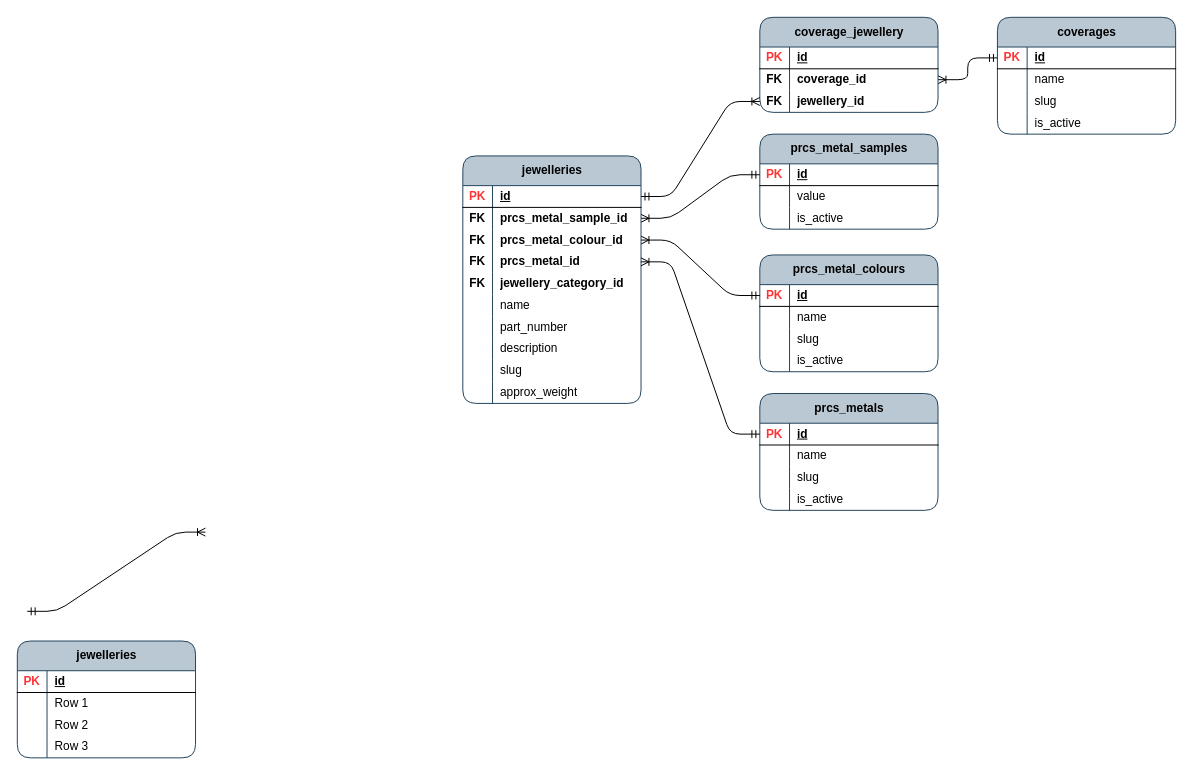
Earlier version of the draw.io diagram page "precious_metals" (5 of 7) of jewellery_items.drawio (acwstudio/app-ben-brumm). Source tidied: cells renumbered, new cells numbered last; positions are measured from the earlier drawing's top-left corner, leaving out a move shared by most shapes. Both pictures are drawn from the tidied source at 99%, with x=0, y=0 at pixel (17, 17).
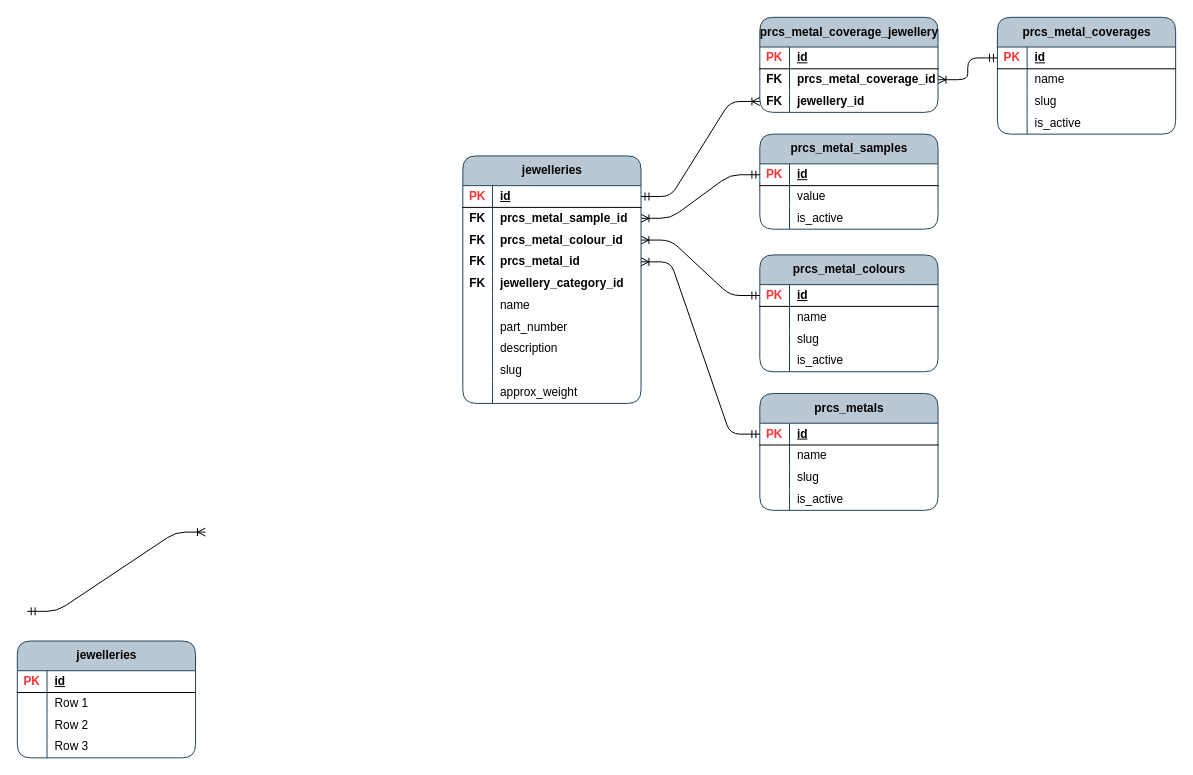
The same diagram, later.

Unchanged cells that the change refers to:
```xml
<mxCell id="102" style="shape=tableRow;horizontal=0;startSize=0;swimlaneHead=0;swimlaneBody=0;fillColor=none;points=[[0,0.5],[1,0.5]];portConstraint=eastwest;top=0;left=0;right=0;bottom=0;rounded=1;fontStyle=1;" parent="98" vertex="1">
  <mxGeometry y="52" width="180" height="22" as="geometry" />
</mxCell>
```

The edit, as a diff of the source:
```diff
@@
-    <mxCell id="53" value="coverages" style="shape=table;startSize=30;childLayout=tableLayout;rowLines=0;fontStyle=1;align=center;html=1;rounded=1;swimlaneFillColor=none;fillColor=#bac8d3;strokeColor=#23445d;columnLines=1;arcSize=15;noLabel=0;" parent="1" vertex="1">
+    <mxCell id="53" value="prcs_metal_coverages" style="shape=table;startSize=30;childLayout=tableLayout;rowLines=0;fontStyle=1;align=center;html=1;rounded=1;swimlaneFillColor=none;fillColor=#bac8d3;strokeColor=#23445d;columnLines=1;arcSize=15;noLabel=0;" parent="1" vertex="1">
       <mxGeometry x="990" width="180" height="118" as="geometry" />
     </mxCell>
@@
-    <mxCell id="98" value="coverage_jewellery" style="shape=table;startSize=30;childLayout=tableLayout;rowLines=0;fontStyle=1;align=center;html=1;rounded=1;swimlaneFillColor=none;fillColor=#bac8d3;strokeColor=#23445d;columnLines=1;arcSize=15;" parent="1" vertex="1">
+    <mxCell id="98" value="prcs_metal_coverage_jewellery" style="shape=table;startSize=30;childLayout=tableLayout;rowLines=0;fontStyle=1;align=center;html=1;rounded=1;swimlaneFillColor=none;fillColor=#bac8d3;strokeColor=#23445d;columnLines=1;arcSize=15;" parent="1" vertex="1">
       <mxGeometry x="750" width="180" height="96" as="geometry" />
     </mxCell>
@@
-    <mxCell id="104" value="&lt;b&gt;coverage_id&lt;/b&gt;" style="shape=partialRectangle;fillColor=none;top=0;left=0;bottom=0;right=0;align=left;spacingLeft=6;overflow=hidden;whiteSpace=wrap;html=1;rounded=1;" parent="102" vertex="1">
+    <mxCell id="104" value="&lt;b&gt;prcs_metal_coverage_id&lt;/b&gt;" style="shape=partialRectangle;fillColor=none;top=0;left=0;bottom=0;right=0;align=left;spacingLeft=6;overflow=hidden;whiteSpace=wrap;html=1;rounded=1;" parent="102" vertex="1">
       <mxGeometry x="30" width="150" height="22" as="geometry" />
     </mxCell>
```
